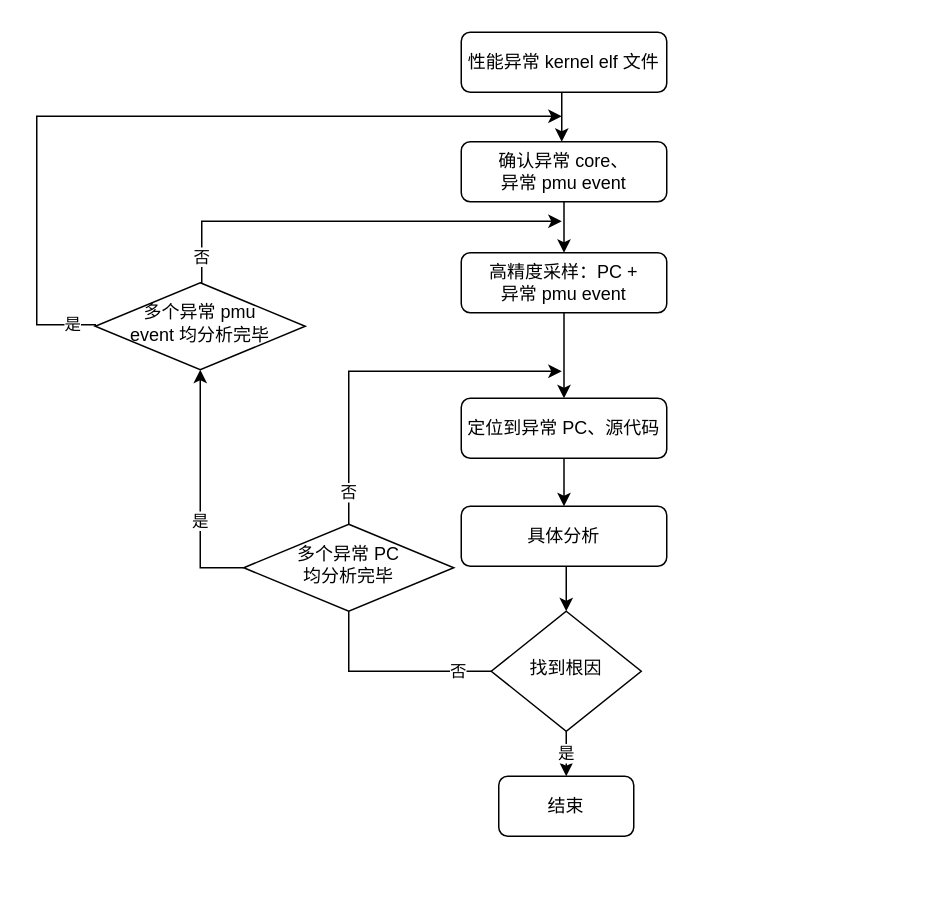
liyp1120/draw.io keeps this draw.io diagram as 性能异常分析.drawio. Above is the earlier version. Source tidied: cells renumbered, new cells numbered last; positions are measured from the earlier drawing's top-left corner, leaving out a move shared by most shapes. Both pictures are drawn from the tidied source at 150%, with x=0, y=0 at pixel (36, 32).
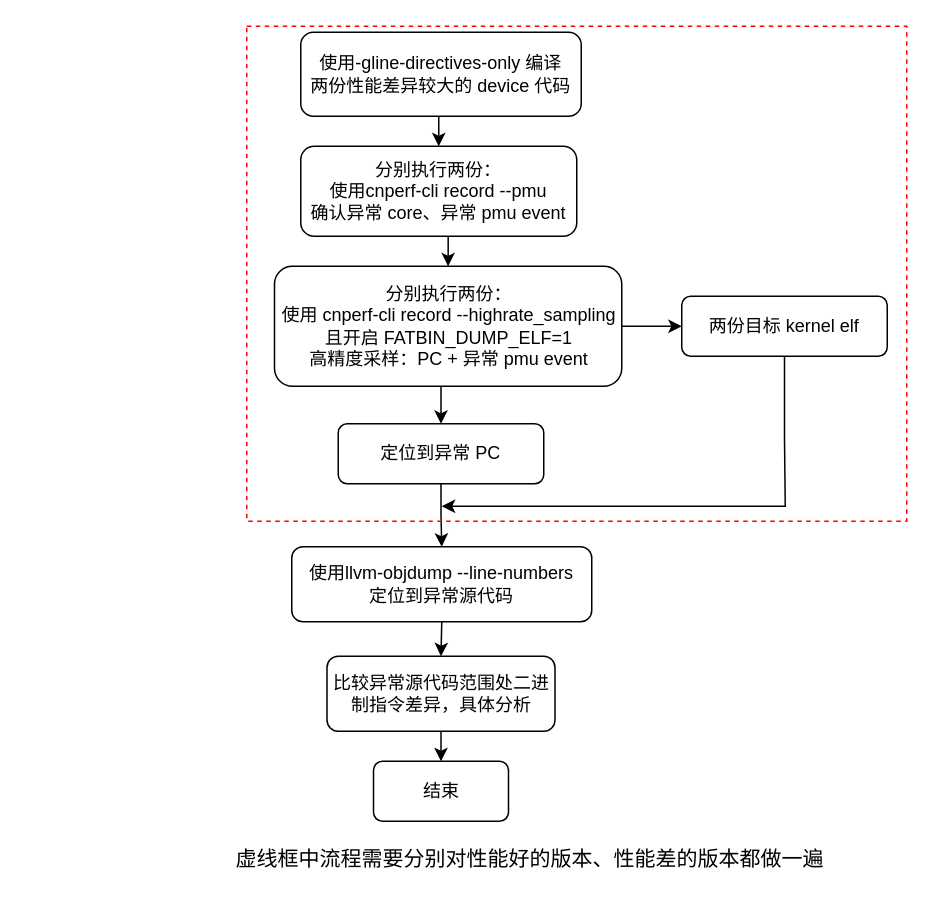
Above is the later version.

Commit message (it also covers changes not shown here):
更新性能异常分析.drawio

The edit, as a diff of the source:
```diff
@@
-    <mxCell id="2" style="edgeStyle=orthogonalEdgeStyle;rounded=0;orthogonalLoop=1;jettySize=auto;html=1;exitX=0.5;exitY=1;exitDx=0;exitDy=0;entryX=0.5;entryY=0;entryDx=0;entryDy=0;" parent="1" edge="1">
-      <mxGeometry relative="1" as="geometry">
-        <mxPoint x="350" y="40" as="sourcePoint" />
-        <mxPoint x="350" y="73" as="targetPoint" />
-      </mxGeometry>
-    </mxCell>
+    <mxCell id="22" style="edgeStyle=orthogonalEdgeStyle;rounded=0;jettySize=auto;html=1;exitX=0.5;exitY=1;exitDx=0;exitDy=0;entryX=0.5;entryY=0;entryDx=0;entryDy=0;" parent="1" edge="1" source="3" target="8">
+      <mxGeometry relative="1" as="geometry" />
+    </mxCell>
-    <mxCell id="3" value="性能异常 kernel elf 文件" style="rounded=1;whiteSpace=wrap;html=1;fontSize=12;glass=0;strokeWidth=1;shadow=0;" parent="1" vertex="1">
-      <mxGeometry x="283" width="137" height="40" as="geometry" />
+    <mxCell id="3" value="使用-gline-directives-only 编译&lt;br&gt;两份性能差异较大的 device 代码" style="rounded=1;whiteSpace=wrap;html=1;fontSize=12;glass=0;strokeWidth=1;shadow=0;" parent="1" vertex="1">
+      <mxGeometry x="176" width="187" height="56" as="geometry" />
     </mxCell>
-    <mxCell id="4" value="是" style="edgeStyle=orthogonalEdgeStyle;rounded=0;jettySize=auto;html=1;" parent="1" edge="1" source="5" target="6">
-      <mxGeometry relative="1" as="geometry" />
-    </mxCell>
-    <mxCell id="5" value="找到根因" style="rhombus;whiteSpace=wrap;html=1;shadow=0;fontFamily=Helvetica;fontSize=12;align=center;strokeWidth=1;spacing=6;spacingTop=-4;" parent="1" vertex="1">
-      <mxGeometry x="303" y="386" width="100" height="80" as="geometry" />
-    </mxCell>
     <mxCell id="6" value="结束" style="rounded=1;whiteSpace=wrap;html=1;fontSize=12;glass=0;strokeWidth=1;shadow=0;" parent="1" vertex="1">
-      <mxGeometry x="308" y="496" width="90" height="40" as="geometry" />
+      <mxGeometry x="224.5" y="486" width="90" height="40" as="geometry" />
     </mxCell>
@@
-    <mxCell id="8" value="确认异常 core、&lt;br&gt;异常 pmu event" style="rounded=1;whiteSpace=wrap;html=1;fontSize=12;glass=0;strokeWidth=1;shadow=0;" parent="1" vertex="1">
-      <mxGeometry x="283" y="73" width="137" height="40" as="geometry" />
+    <mxCell id="8" value="分别执行两份：&lt;br&gt;使用cnperf-cli record --pmu&lt;br&gt;确认异常 core、异常 pmu event" style="rounded=1;whiteSpace=wrap;html=1;fontSize=12;glass=0;strokeWidth=1;shadow=0;" parent="1" vertex="1">
+      <mxGeometry x="176" y="76" width="184" height="60" as="geometry" />
     </mxCell>
-    <mxCell id="9" style="edgeStyle=orthogonalEdgeStyle;rounded=0;jettySize=auto;html=1;exitX=0.5;exitY=1;exitDx=0;exitDy=0;entryX=0.5;entryY=0;entryDx=0;entryDy=0;" parent="1" edge="1" source="10" target="5">
-      <mxGeometry relative="1" as="geometry" />
-    </mxCell>
+    <mxCell id="23" style="edgeStyle=orthogonalEdgeStyle;rounded=0;jettySize=auto;html=1;exitX=0.5;exitY=1;exitDx=0;exitDy=0;entryX=0.5;entryY=0;entryDx=0;entryDy=0;" parent="1" edge="1" source="10" target="6">
+      <mxGeometry relative="1" as="geometry" />
+    </mxCell>
-    <mxCell id="10" value="具体分析" style="rounded=1;whiteSpace=wrap;html=1;fontSize=12;glass=0;strokeWidth=1;shadow=0;" parent="1" vertex="1">
-      <mxGeometry x="283" y="316" width="137" height="40" as="geometry" />
+    <mxCell id="10" value="比较异常源代码范围处二进制指令差异，具体分析" style="rounded=1;whiteSpace=wrap;html=1;fontSize=12;glass=0;strokeWidth=1;shadow=0;" parent="1" vertex="1">
+      <mxGeometry x="193.5" y="416" width="152" height="50" as="geometry" />
     </mxCell>
@@
+    <mxCell id="24" style="edgeStyle=orthogonalEdgeStyle;rounded=0;jettySize=auto;html=1;exitX=1;exitY=0.5;exitDx=0;exitDy=0;entryX=0;entryY=0.5;entryDx=0;entryDy=0;" parent="1" edge="1" source="12" target="30">
+      <mxGeometry relative="1" as="geometry" />
+    </mxCell>
-    <mxCell id="12" value="高精度采样：PC + &lt;br&gt;异常 pmu event" style="rounded=1;whiteSpace=wrap;html=1;fontSize=12;glass=0;strokeWidth=1;shadow=0;" parent="1" vertex="1">
-      <mxGeometry x="283" y="147" width="137" height="40" as="geometry" />
+    <mxCell id="12" value="分别执行两份：&lt;br&gt;使用 cnperf-cli record --highrate_sampling&lt;br style=&quot;border-color: var(--border-color);&quot;&gt;且开启 FATBIN_DUMP_ELF=1&lt;br&gt;高精度采样：PC + 异常 pmu event" style="rounded=1;whiteSpace=wrap;html=1;fontSize=12;glass=0;strokeWidth=1;shadow=0;spacing=2;" parent="1" vertex="1">
+      <mxGeometry x="158.5" y="156" width="231.5" height="80" as="geometry" />
     </mxCell>
-    <mxCell id="13" style="edgeStyle=orthogonalEdgeStyle;rounded=0;jettySize=auto;html=1;exitX=0.5;exitY=1;exitDx=0;exitDy=0;entryX=0.5;entryY=0;entryDx=0;entryDy=0;" parent="1" edge="1" source="14" target="10">
-      <mxGeometry relative="1" as="geometry" />
-    </mxCell>
+    <mxCell id="25" style="edgeStyle=orthogonalEdgeStyle;rounded=0;jettySize=auto;html=1;exitX=0.5;exitY=1;exitDx=0;exitDy=0;entryX=0.5;entryY=0;entryDx=0;entryDy=0;" parent="1" edge="1" source="14" target="27">
+      <mxGeometry relative="1" as="geometry" />
+    </mxCell>
-    <mxCell id="14" value="定位到异常 PC、源代码" style="rounded=1;whiteSpace=wrap;html=1;fontSize=12;glass=0;strokeWidth=1;shadow=0;" parent="1" vertex="1">
-      <mxGeometry x="283" y="244" width="137" height="40" as="geometry" />
+    <mxCell id="14" value="定位到异常 PC" style="rounded=1;whiteSpace=wrap;html=1;fontSize=12;glass=0;strokeWidth=1;shadow=0;" parent="1" vertex="1">
+      <mxGeometry x="201" y="261" width="137" height="40" as="geometry" />
     </mxCell>
-    <mxCell id="15" value="否" style="edgeStyle=orthogonalEdgeStyle;rounded=0;jettySize=auto;html=1;" parent="1" edge="1" source="21">
-      <mxGeometry x="-0.83" relative="1" as="geometry">
-        <mxPoint x="350" y="226" as="targetPoint" />
-        <Array as="points">
-          <mxPoint x="208" y="226" />
-          <mxPoint x="350" y="226" />
-        </Array>
-      </mxGeometry>
-    </mxCell>
-    <mxCell id="16" value="是" style="edgeStyle=orthogonalEdgeStyle;rounded=0;jettySize=auto;html=1;exitX=0;exitY=0.5;exitDx=0;exitDy=0;entryX=0.5;entryY=1;entryDx=0;entryDy=0;" parent="1" edge="1" source="21" target="19">
-      <mxGeometry x="-0.25" relative="1" as="geometry" />
-    </mxCell>
-    <mxCell id="17" value="否" style="edgeStyle=orthogonalEdgeStyle;rounded=0;jettySize=auto;html=1;" parent="1" edge="1" source="19">
-      <mxGeometry x="-0.88" relative="1" as="geometry">
-        <mxPoint x="350" y="126" as="targetPoint" />
-        <Array as="points">
-          <mxPoint x="110" y="126" />
-        </Array>
-      </mxGeometry>
-    </mxCell>
-    <mxCell id="18" value="是" style="edgeStyle=orthogonalEdgeStyle;rounded=0;jettySize=auto;html=1;exitX=0;exitY=0.5;exitDx=0;exitDy=0;" parent="1" edge="1" source="19">
-      <mxGeometry x="-0.94" relative="1" as="geometry">
-        <mxPoint x="350" y="56" as="targetPoint" />
-        <Array as="points">
-          <mxPoint y="195" />
-          <mxPoint y="56" />
-        </Array>
-      </mxGeometry>
-    </mxCell>
-    <mxCell id="19" value="多个异常 pmu&lt;br&gt;event 均分析完毕" style="rhombus;whiteSpace=wrap;html=1;shadow=0;fontFamily=Helvetica;fontSize=12;align=center;strokeWidth=1;spacing=6;spacingTop=-4;" parent="1" vertex="1">
-      <mxGeometry x="39" y="167" width="140" height="58" as="geometry" />
-    </mxCell>
-    <mxCell id="20" value="否" style="edgeStyle=orthogonalEdgeStyle;rounded=0;jettySize=auto;html=1;endArrow=none;exitX=0;exitY=0.5;exitDx=0;exitDy=0;" parent="1" edge="1" source="5" target="21">
-      <mxGeometry x="-0.67" relative="1" as="geometry">
-        <Array as="points">
-          <mxPoint x="208" y="426" />
-        </Array>
-      </mxGeometry>
-    </mxCell>
-    <mxCell id="21" value="多个异常 PC &lt;br&gt;均分析完毕" style="rhombus;whiteSpace=wrap;html=1;shadow=0;fontFamily=Helvetica;fontSize=12;align=center;strokeWidth=1;spacing=6;spacingTop=-4;" parent="1" vertex="1">
-      <mxGeometry x="138" y="328" width="140" height="58" as="geometry" />
-    </mxCell>
+    <mxCell id="26" style="edgeStyle=orthogonalEdgeStyle;rounded=0;jettySize=auto;html=1;exitX=0.5;exitY=1;exitDx=0;exitDy=0;entryX=0.5;entryY=0;entryDx=0;entryDy=0;" parent="1" edge="1" source="27" target="10">
+      <mxGeometry relative="1" as="geometry" />
+    </mxCell>
+    <mxCell id="27" value="使用llvm-objdump --line-numbers&lt;br&gt;定位到异常源代码" style="rounded=1;whiteSpace=wrap;html=1;fontSize=12;glass=0;strokeWidth=1;shadow=0;" parent="1" vertex="1">
+      <mxGeometry x="170" y="343" width="200" height="50" as="geometry" />
+    </mxCell>
+    <mxCell id="28" style="rounded=0;whiteSpace=wrap;html=1;fillColor=none;dashed=1;strokeColor=#FF0000;" parent="1" vertex="1">
+      <mxGeometry x="140" y="-4" width="440" height="330" as="geometry" />
+    </mxCell>
+    <mxCell id="29" style="edgeStyle=orthogonalEdgeStyle;rounded=0;jettySize=auto;html=1;exitX=0.5;exitY=1;exitDx=0;exitDy=0;" parent="1" edge="1" source="30">
+      <mxGeometry relative="1" as="geometry">
+        <mxPoint x="270" y="316" as="targetPoint" />
+        <Array as="points">
+          <mxPoint x="499" y="271" />
+          <mxPoint x="499" y="326" />
+        </Array>
+      </mxGeometry>
+    </mxCell>
+    <mxCell id="30" value="两份目标 kernel elf" style="rounded=1;whiteSpace=wrap;html=1;fontSize=12;glass=0;strokeWidth=1;shadow=0;" parent="1" vertex="1">
+      <mxGeometry x="430" y="176" width="137" height="40" as="geometry" />
+    </mxCell>
+    <mxCell id="31" value="&lt;font color=&quot;#000000&quot;&gt;虚线框中流程需要分别对性能好的版本、性能差的版本都做一遍&lt;/font&gt;" style="text;strokeColor=none;align=center;fillColor=none;html=1;verticalAlign=middle;whiteSpace=wrap;rounded=0;fontSize=14;fontColor=#FF0000;" parent="1" vertex="1">
+      <mxGeometry x="98" y="531" width="462" height="40" as="geometry" />
+    </mxCell>
```
